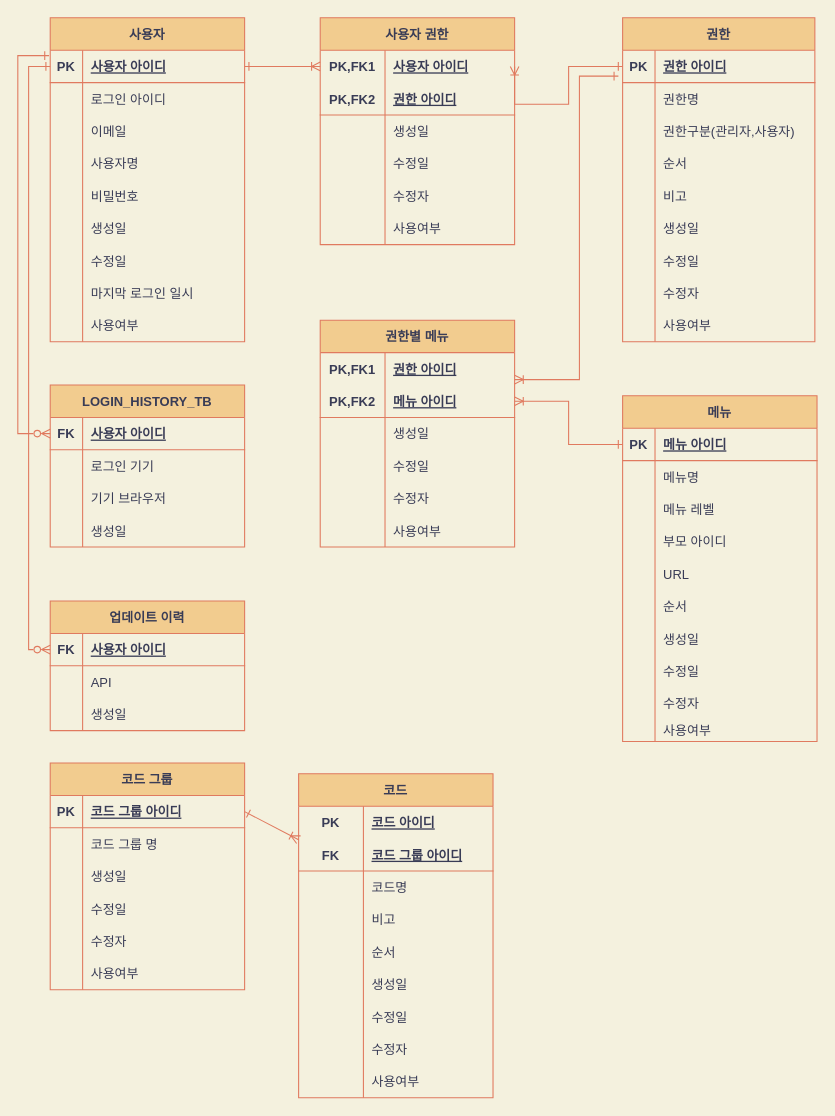
The draw.io diagram src/main/resources/erd/logical.drawio in reolinodev/back-boot-setting, before the edit. Source tidied: cells renumbered, new cells numbered last; positions are measured from the earlier drawing's top-left corner, leaving out a move shared by most shapes. Both pictures are drawn from the tidied source at 108%, with x=0, y=0 at pixel (17, 17).
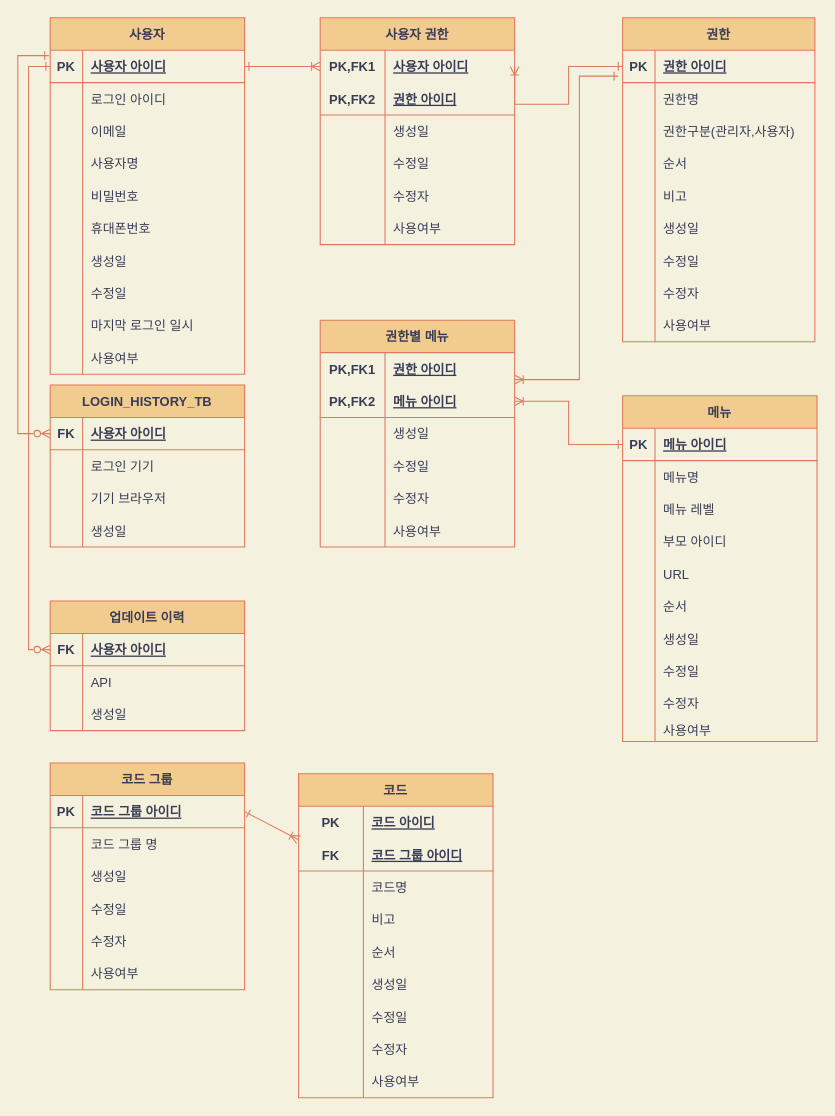
The same page after the edit.

The edit, as a diff of the source:
```diff
@@
     <mxCell id="2" value="사용자" style="shape=table;startSize=30;childLayout=tableLayout;rowLines=0;fontStyle=1;align=center;fillColor=#F2CC8F;strokeColor=#E07A5F;fontColor=#393C56;" parent="1" vertex="1">
-      <mxGeometry x="30" width="180" height="300" as="geometry" />
+      <mxGeometry x="30" width="180" height="330" as="geometry" />
     </mxCell>
@@
+    <mxCell id="205" style="shape=tableRow;horizontal=0;startSize=0;swimlaneHead=0;swimlaneBody=0;fillColor=none;top=0;left=0;right=0;bottom=0;strokeColor=#E07A5F;fontColor=#393C56;" parent="2" vertex="1">
+      <mxGeometry y="180" width="180" height="30" as="geometry" />
+    </mxCell>
+    <mxCell id="206" style="shape=partialRectangle;fillColor=none;top=0;left=0;bottom=0;right=0;overflow=hidden;strokeColor=#E07A5F;fontColor=#393C56;" parent="205" vertex="1">
+      <mxGeometry width="30" height="30" as="geometry" />
+    </mxCell>
+    <mxCell id="207" value="휴대폰번호" style="shape=partialRectangle;fillColor=none;top=0;left=0;bottom=0;right=0;align=left;spacingLeft=6;overflow=hidden;strokeColor=#E07A5F;fontColor=#393C56;" parent="205" vertex="1">
+      <mxGeometry x="30" width="150" height="30" as="geometry" />
+    </mxCell>
     <mxCell id="18" style="shape=tableRow;horizontal=0;startSize=0;swimlaneHead=0;swimlaneBody=0;fillColor=none;top=0;left=0;right=0;bottom=0;strokeColor=#E07A5F;fontColor=#393C56;" parent="2" vertex="1">
-      <mxGeometry y="180" width="180" height="30" as="geometry" />
+      <mxGeometry y="210" width="180" height="30" as="geometry" />
     </mxCell>
@@
     <mxCell id="21" style="shape=tableRow;horizontal=0;startSize=0;swimlaneHead=0;swimlaneBody=0;fillColor=none;top=0;left=0;right=0;bottom=0;strokeColor=#E07A5F;fontColor=#393C56;" parent="2" vertex="1">
-      <mxGeometry y="210" width="180" height="30" as="geometry" />
+      <mxGeometry y="240" width="180" height="30" as="geometry" />
     </mxCell>
@@
     <mxCell id="24" style="shape=tableRow;horizontal=0;startSize=0;swimlaneHead=0;swimlaneBody=0;fillColor=none;top=0;left=0;right=0;bottom=0;strokeColor=#E07A5F;fontColor=#393C56;" parent="2" vertex="1">
-      <mxGeometry y="240" width="180" height="30" as="geometry" />
+      <mxGeometry y="270" width="180" height="30" as="geometry" />
     </mxCell>
@@
     <mxCell id="27" style="shape=tableRow;horizontal=0;startSize=0;swimlaneHead=0;swimlaneBody=0;fillColor=none;top=0;left=0;right=0;bottom=0;strokeColor=#E07A5F;fontColor=#393C56;" parent="2" vertex="1">
-      <mxGeometry y="270" width="180" height="30" as="geometry" />
+      <mxGeometry y="300" width="180" height="30" as="geometry" />
     </mxCell>
```
